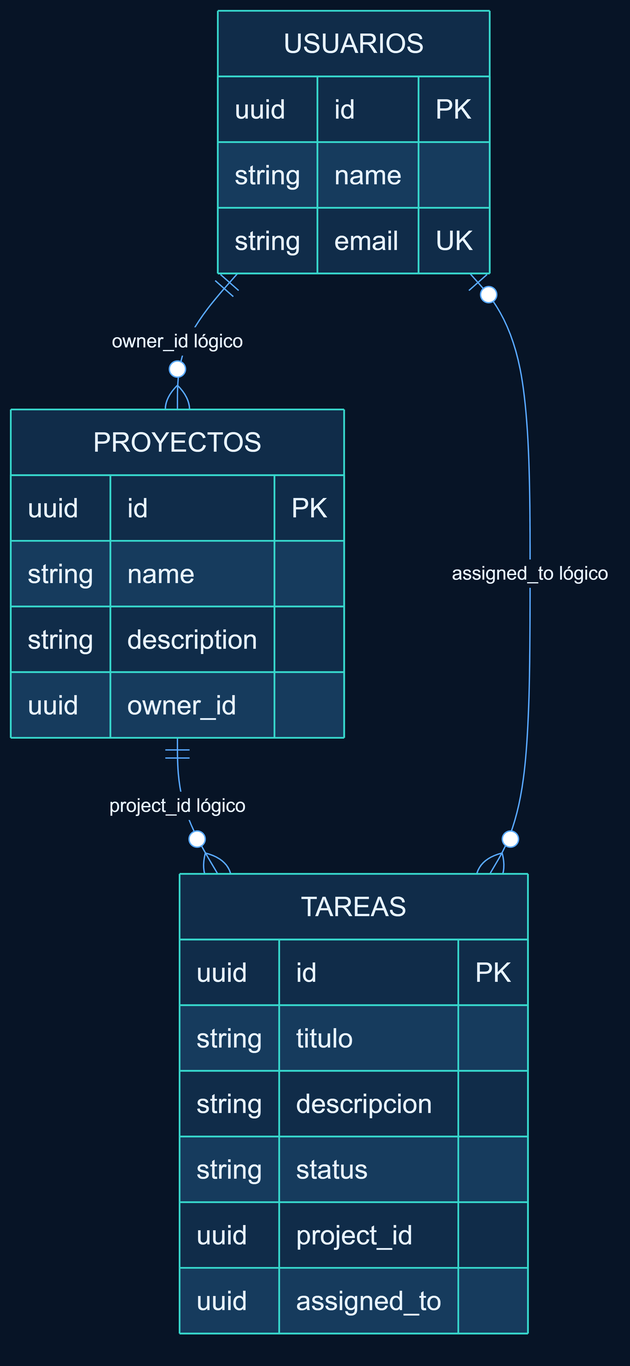
Above: docs/diagrams/png/data-model.png in AirooSs/gestion-tareas-fullstack (Mermaid), before the change. Its source is kept beside it as docs/diagrams/sources/data-model.mmd. The source it was exported from:
```mermaid
%%{init: {"theme":"base","themeCSS":".row-rect-odd path:first-child { fill: #102c49 !important; } .row-rect-even path:first-child { fill: #163b5d !important; } .edgeLabel div { background: #071426 !important; }","themeVariables":{"tertiaryColor":"#0b2139","actorTextColor":"#e8f4ff","labelBoxBkgColor":"#102c49","nodeBorder":"#37d7cc","noteBorderColor":"#37d7cc","labelTextColor":"#e8f4ff","primaryBorderColor":"#37d7cc","primaryTextColor":"#e8f4ff","lineColor":"#59a9ff","secondaryColor":"#163b5d","noteTextColor":"#e8f4ff","background":"#071426","actorBkg":"#102c49","labelBoxBorderColor":"#37d7cc","edgeLabelBackground":"#071426","actorBorder":"#37d7cc","textColor":"#e8f4ff","signalTextColor":"#e8f4ff","signalColor":"#84c8ff","mainBkg":"#102c49","actorLineColor":"#5f9bbd","noteBkgColor":"#163b5d","attributeBackgroundColorOdd":"#102c49","attributeBackgroundColorEven":"#163b5d","fontSize":"20px","primaryColor":"#102c49","fontFamily":"Arial","loopTextColor":"#e8f4ff"}}}%%
erDiagram
 USUARIOS ||--o{ PROYECTOS : "owner_id lógico"
 PROYECTOS ||--o{ TAREAS : "project_id lógico"
 USUARIOS o|--o{ TAREAS : "assigned_to lógico"
 USUARIOS {
 uuid id PK
 string name
 string email UK
 }
 PROYECTOS {
 uuid id PK
 string name
 string description
 uuid owner_id
 }
 TAREAS {
 uuid id PK
 string titulo
 string descripcion
 string status
 uuid project_id
 uuid assigned_to
 }
```
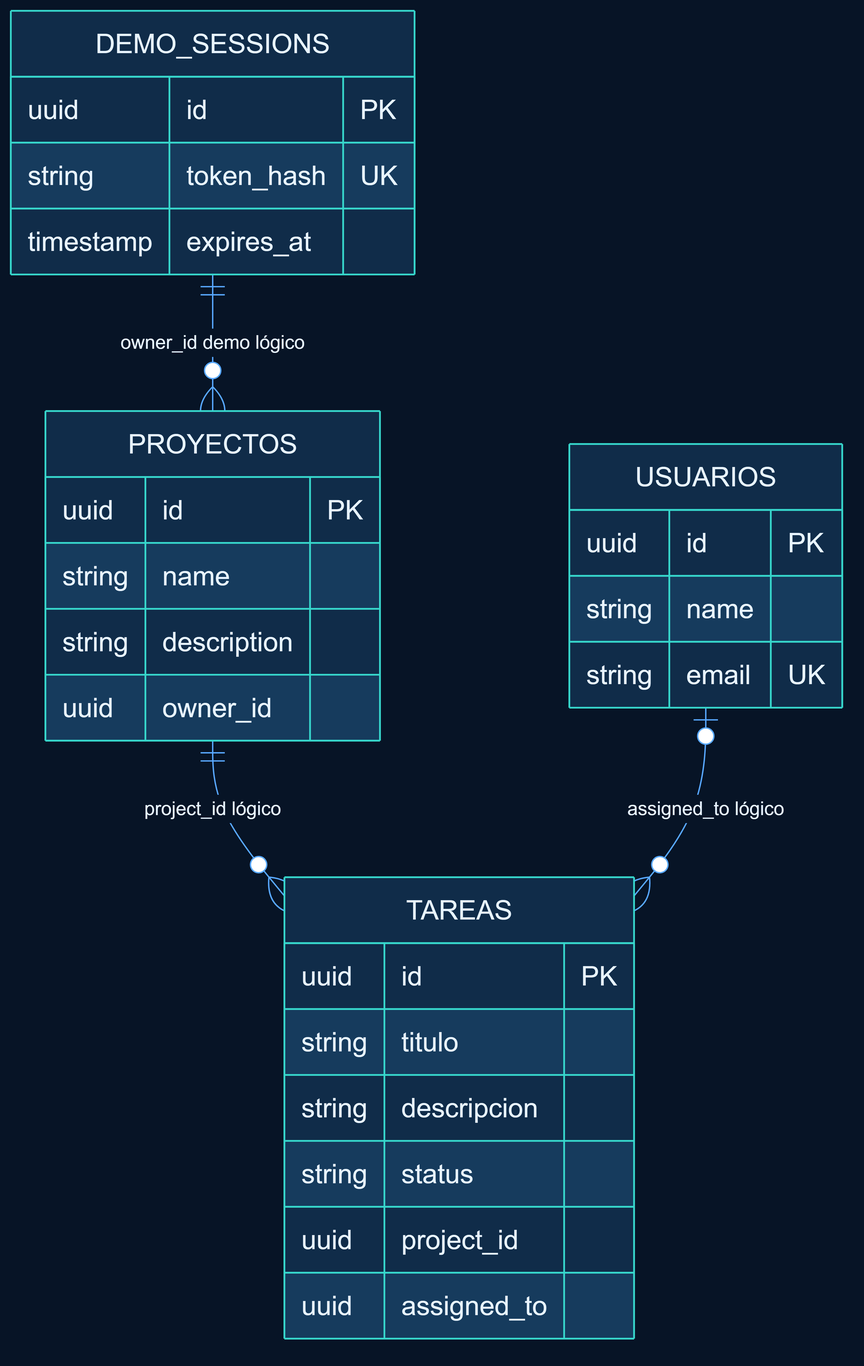
After the change.

Diff of the diagram source:
```diff
@@ -1,8 +1,13 @@
 %%{init: {"theme":"base","themeCSS":".row-rect-odd path:first-child { fill: #102c49 !important; } .row-rect-even path:first-child { fill: #163b5d !important; } .edgeLabel div { background: #071426 !important; }","themeVariables":{"tertiaryColor":"#0b2139","actorTextColor":"#e8f4ff","labelBoxBkgColor":"#102c49","nodeBorder":"#37d7cc","noteBorderColor":"#37d7cc","labelTextColor":"#e8f4ff","primaryBorderColor":"#37d7cc","primaryTextColor":"#e8f4ff","lineColor":"#59a9ff","secondaryColor":"#163b5d","noteTextColor":"#e8f4ff","background":"#071426","actorBkg":"#102c49","labelBoxBorderColor":"#37d7cc","edgeLabelBackground":"#071426","actorBorder":"#37d7cc","textColor":"#e8f4ff","signalTextColor":"#e8f4ff","signalColor":"#84c8ff","mainBkg":"#102c49","actorLineColor":"#5f9bbd","noteBkgColor":"#163b5d","attributeBackgroundColorOdd":"#102c49","attributeBackgroundColorEven":"#163b5d","fontSize":"20px","primaryColor":"#102c49","fontFamily":"Arial","loopTextColor":"#e8f4ff"}}}%%
 erDiagram
- USUARIOS ||--o{ PROYECTOS : "owner_id lógico"
+ DEMO_SESSIONS ||--o{ PROYECTOS : "owner_id demo lógico"
  PROYECTOS ||--o{ TAREAS : "project_id lógico"
  USUARIOS o|--o{ TAREAS : "assigned_to lógico"
+ DEMO_SESSIONS {
+ uuid id PK
+ string token_hash UK
+ timestamp expires_at
+ }
  USUARIOS {
  uuid id PK
  string name
```
